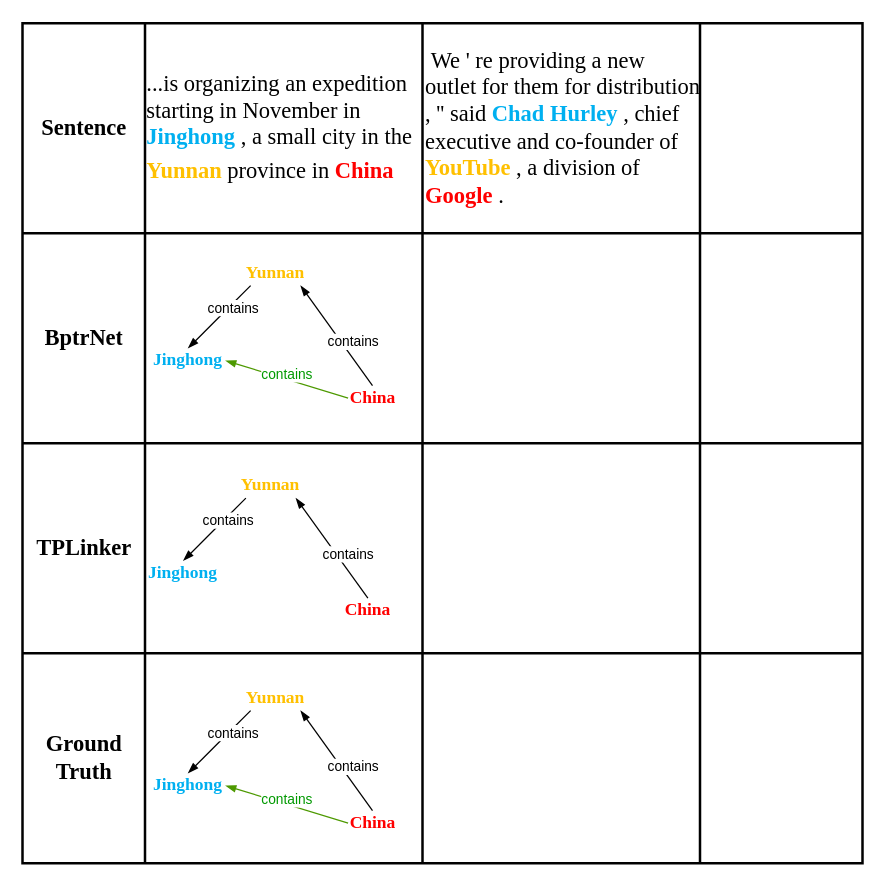
Before: Untitled Diagram.drawio in zhangSchnee/gittest, a draw.io diagram. Source tidied: cells renumbered, new cells numbered last; positions are measured from the earlier drawing's top-left corner, leaving out a move shared by most shapes. Both pictures are drawn from the tidied source at 125%, with x=0, y=0 at pixel (22, 22).
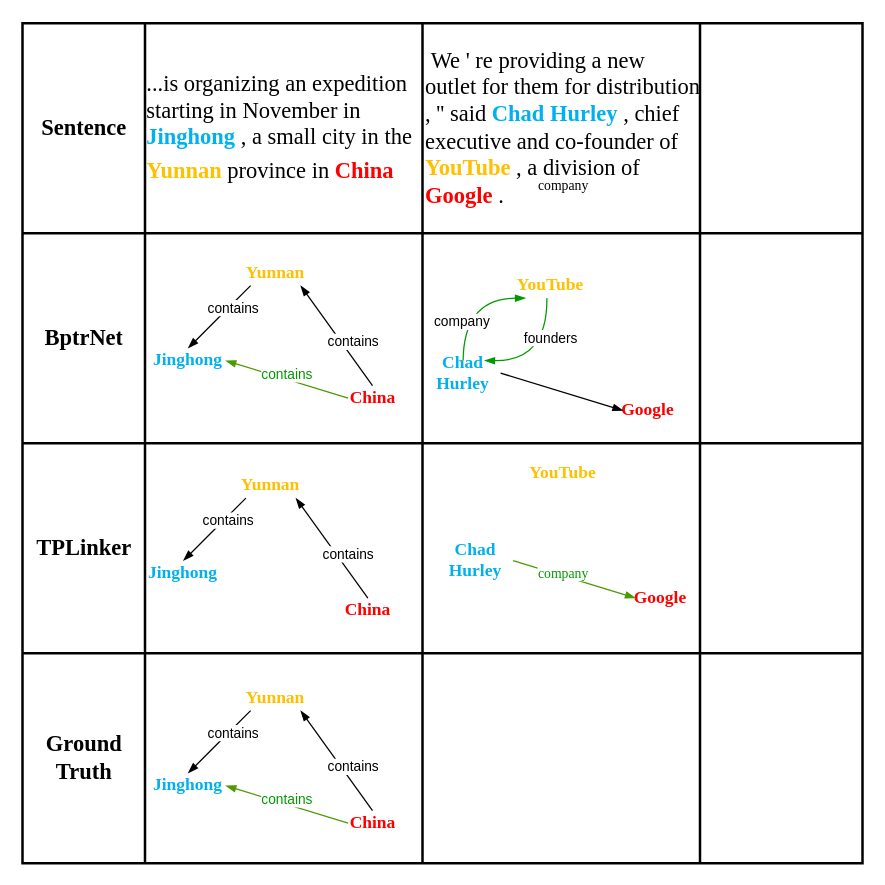
The same diagram, later.

Change to the diagram source:
```diff
@@
+    <mxCell id="48" value="&lt;span style=&quot;color: rgb(0 , 176 , 240) ; font-family: &amp;#34;times new roman&amp;#34; ; font-weight: 700 ; text-align: left&quot;&gt;&lt;font style=&quot;font-size: 14px&quot;&gt;Chad Hurley&lt;/font&gt;&lt;/span&gt;" style="text;html=1;strokeColor=none;fillColor=none;align=center;verticalAlign=middle;whiteSpace=wrap;rounded=0;" parent="1" vertex="1">
+      <mxGeometry x="332" y="270" width="40" height="20" as="geometry" />
+    </mxCell>
+    <mxCell id="49" style="endArrow=none;html=1;startArrow=blockThin;startFill=1;endFill=0;edgeStyle=orthogonalEdgeStyle;curved=1;strokeColor=#009900;" parent="1" edge="1">
+      <mxGeometry relative="1" as="geometry">
+        <mxPoint x="402" y="220" as="sourcePoint" />
+        <mxPoint x="352" y="270" as="targetPoint" />
+      </mxGeometry>
+    </mxCell>
+    <mxCell id="50" value="company" style="edgeLabel;html=1;align=center;verticalAlign=middle;" parent="49" vertex="1">
+      <mxGeometry x="0.37" y="-2" relative="1" as="geometry" />
+    </mxCell>
+    <mxCell id="51" value="&lt;span style=&quot;color: rgb(255 , 192 , 0) ; font-family: &amp;#34;times new roman&amp;#34; ; font-size: 14px ; font-weight: 700 ; text-align: left&quot;&gt;YouTube&lt;/span&gt;" style="text;html=1;strokeColor=none;fillColor=none;align=center;verticalAlign=middle;whiteSpace=wrap;rounded=0;" parent="1" vertex="1">
+      <mxGeometry x="402" y="200" width="40" height="20" as="geometry" />
+    </mxCell>
+    <mxCell id="52" value="&lt;span style=&quot;color: rgb(255 , 0 , 0) ; font-family: &amp;#34;times new roman&amp;#34; ; font-weight: 700 ; text-align: left&quot;&gt;&lt;font style=&quot;font-size: 14px&quot;&gt;Google&lt;/font&gt;&lt;/span&gt;" style="text;html=1;strokeColor=none;fillColor=none;align=center;verticalAlign=middle;whiteSpace=wrap;rounded=0;" parent="1" vertex="1">
+      <mxGeometry x="479.5" y="300" width="40" height="20" as="geometry" />
+    </mxCell>
+    <mxCell id="53" style="endArrow=none;html=1;startArrow=blockThin;startFill=1;endFill=0;rounded=1;" parent="1" edge="1">
+      <mxGeometry relative="1" as="geometry">
+        <mxPoint x="480" y="310" as="sourcePoint" />
+        <mxPoint x="382" y="280" as="targetPoint" />
+      </mxGeometry>
+    </mxCell>
+    <mxCell id="54" value="&lt;font&gt;company&lt;/font&gt;" style="edgeLabel;html=1;align=center;verticalAlign=middle;fontFamily=Times New Roman;" parent="53" vertex="1">
+      <mxGeometry x="0.37" y="-2" relative="1" as="geometry">
+        <mxPoint x="18.3" y="-157.6" as="offset" />
+      </mxGeometry>
+    </mxCell>
+    <mxCell id="55" style="endArrow=none;html=1;startArrow=blockThin;startFill=1;endFill=0;edgeStyle=orthogonalEdgeStyle;curved=1;strokeColor=#009900;" parent="1" edge="1">
+      <mxGeometry relative="1" as="geometry">
+        <mxPoint x="369" y="270" as="sourcePoint" />
+        <mxPoint x="419" y="220" as="targetPoint" />
+      </mxGeometry>
+    </mxCell>
+    <mxCell id="56" value="founders" style="edgeLabel;html=1;align=center;verticalAlign=middle;" parent="55" vertex="1">
+      <mxGeometry x="0.37" y="-2" relative="1" as="geometry" />
+    </mxCell>
+    <mxCell id="57" value="&lt;span style=&quot;color: rgb(0 , 176 , 240) ; font-family: &amp;#34;times new roman&amp;#34; ; font-weight: 700 ; text-align: left&quot;&gt;&lt;font style=&quot;font-size: 14px&quot;&gt;Chad Hurley&lt;/font&gt;&lt;/span&gt;" style="text;html=1;strokeColor=none;fillColor=none;align=center;verticalAlign=middle;whiteSpace=wrap;rounded=0;" parent="1" vertex="1">
+      <mxGeometry x="342" y="420" width="40" height="20" as="geometry" />
+    </mxCell>
+    <mxCell id="58" value="&lt;span style=&quot;color: rgb(255 , 192 , 0) ; font-family: &amp;#34;times new roman&amp;#34; ; font-size: 14px ; font-weight: 700 ; text-align: left&quot;&gt;YouTube&lt;/span&gt;" style="text;html=1;strokeColor=none;fillColor=none;align=center;verticalAlign=middle;whiteSpace=wrap;rounded=0;" parent="1" vertex="1">
+      <mxGeometry x="412" y="350" width="40" height="20" as="geometry" />
+    </mxCell>
+    <mxCell id="59" value="&lt;span style=&quot;color: rgb(255 , 0 , 0) ; font-family: &amp;#34;times new roman&amp;#34; ; font-weight: 700 ; text-align: left&quot;&gt;&lt;font style=&quot;font-size: 14px&quot;&gt;Google&lt;/font&gt;&lt;/span&gt;" style="text;html=1;strokeColor=none;fillColor=none;align=center;verticalAlign=middle;whiteSpace=wrap;rounded=0;" parent="1" vertex="1">
+      <mxGeometry x="489.5" y="450" width="40" height="20" as="geometry" />
+    </mxCell>
+    <mxCell id="60" style="endArrow=none;html=1;startArrow=blockThin;startFill=1;endFill=0;rounded=1;strokeColor=#4D9900;" parent="1" edge="1">
+      <mxGeometry relative="1" as="geometry">
+        <mxPoint x="490" y="460" as="sourcePoint" />
+        <mxPoint x="392" y="430" as="targetPoint" />
+      </mxGeometry>
+    </mxCell>
+    <mxCell id="61" value="&lt;font color=&quot;#009900&quot;&gt;company&lt;/font&gt;" style="edgeLabel;html=1;align=center;verticalAlign=middle;fontFamily=Times New Roman;" parent="60" vertex="1">
+      <mxGeometry x="0.37" y="-2" relative="1" as="geometry">
+        <mxPoint x="8.3" y="2.4" as="offset" />
+      </mxGeometry>
+    </mxCell>
```
